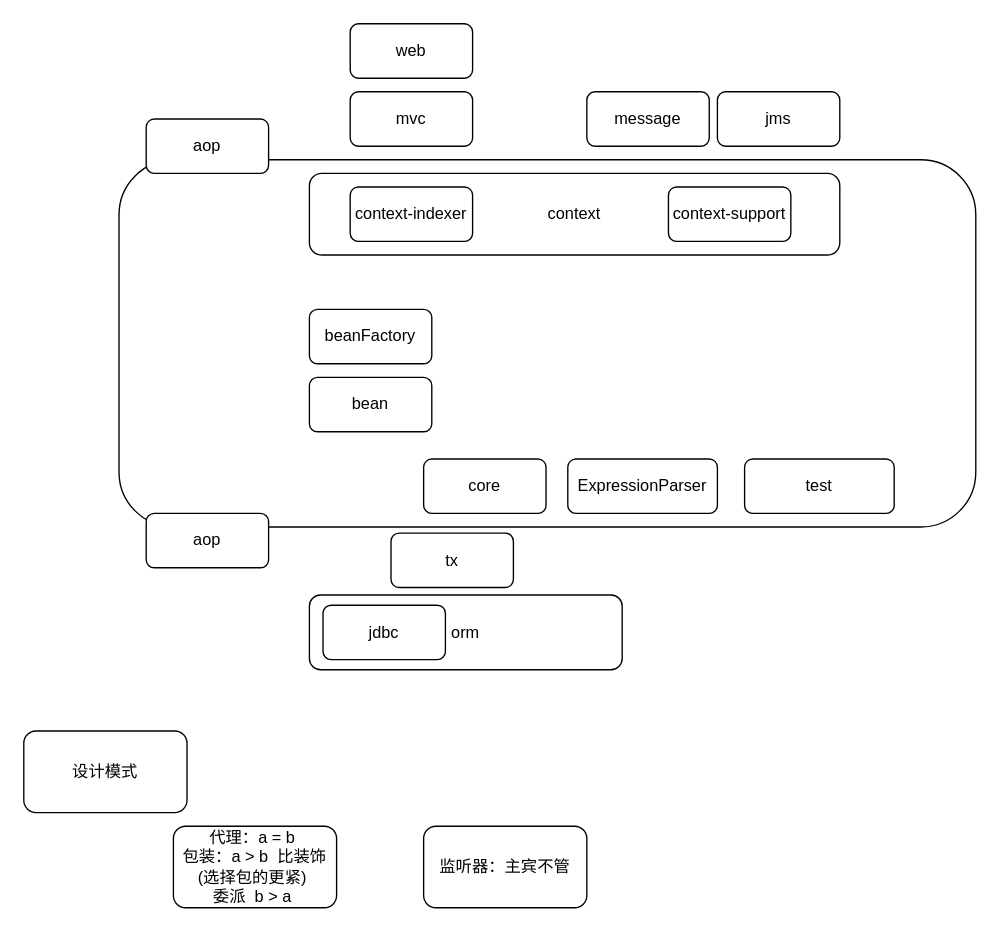
This is menus/springAll.drawio from Asamiyaa/microservice-k8s-yun, a draw.io file, before an edit. Source tidied: cells renumbered, new cells numbered last; positions are measured from the earlier drawing's top-left corner, leaving out a move shared by most shapes. Both pictures are drawn from the tidied source at 136%, with x=0, y=0 at pixel (23, 23).
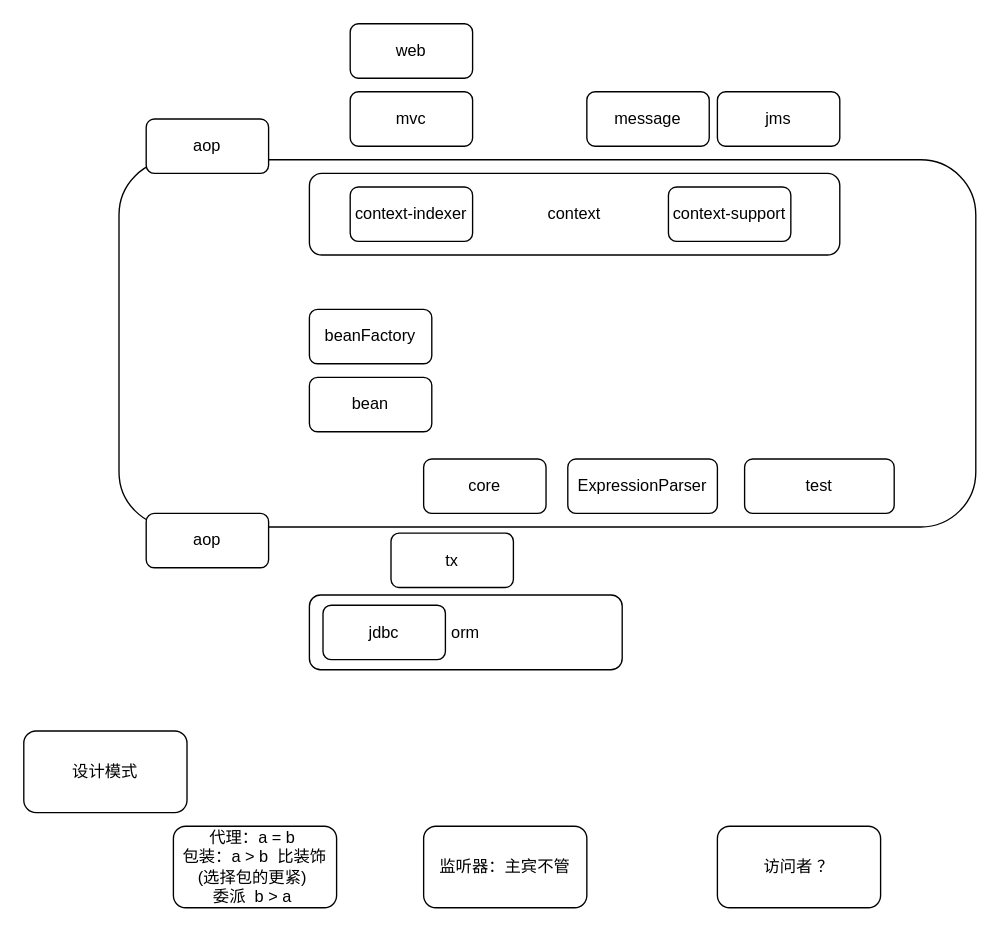
After the change.

Diff of the diagram source:
```diff
@@
+    <mxCell id="23" value="访问者 ？" style="rounded=1;whiteSpace=wrap;html=1;" parent="1" vertex="1">
+      <mxGeometry x="510" y="590" width="120" height="60" as="geometry" />
+    </mxCell>
```
